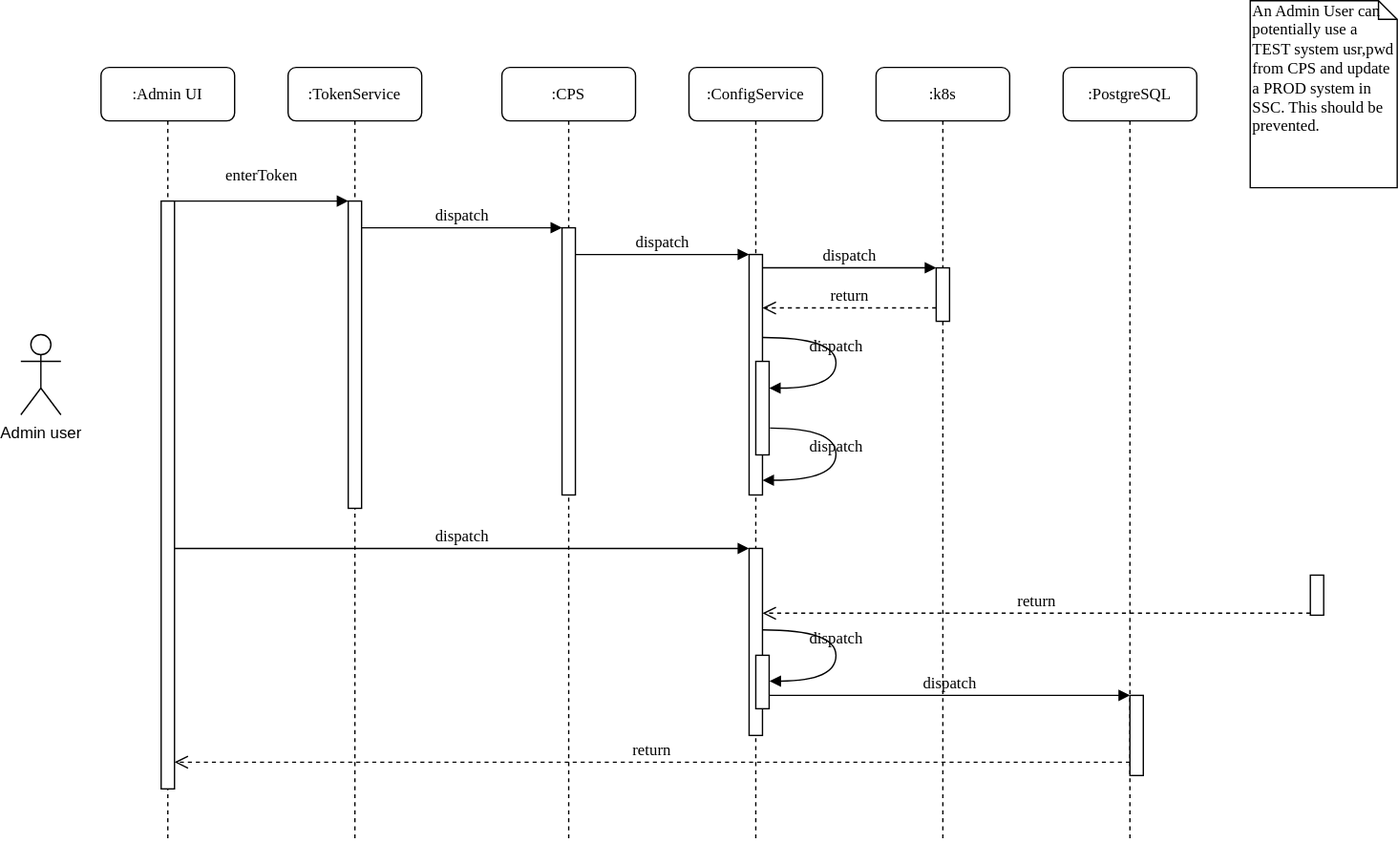
Earlier version of the draw.io export SavePasswordFlow.svg (sundarvc/sequence-diagrams). Source tidied: cells renumbered, new cells last; positions are measured from the earlier drawing's top-left corner, leaving out a move shared by most shapes.
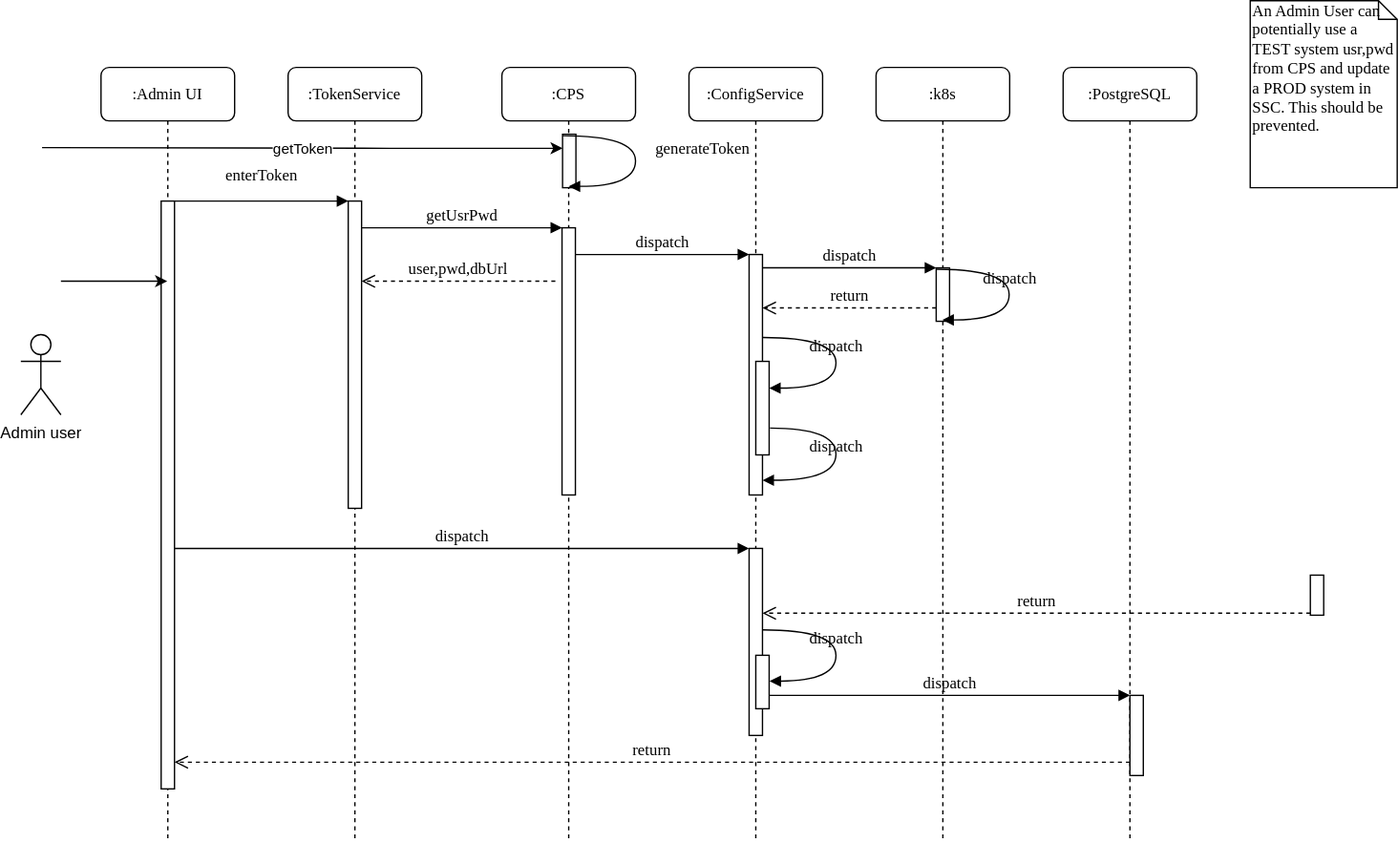
The same file after the commit.

Diff of the diagram source:
```diff
@@ -81,7 +81,7 @@
     <mxCell id="23" value="enterToken" style="html=1;verticalAlign=bottom;endArrow=block;entryX=0;entryY=0;labelBackgroundColor=none;fontFamily=Verdana;fontSize=12;edgeStyle=elbowEdgeStyle;elbow=vertical;" parent="1" edge="1" source="10" target="3">
       <mxGeometry y="10" relative="1" as="geometry" />
     </mxCell>
-    <mxCell id="24" value="dispatch" style="html=1;verticalAlign=bottom;endArrow=block;entryX=0;entryY=0;labelBackgroundColor=none;fontFamily=Verdana;fontSize=12;edgeStyle=elbowEdgeStyle;elbow=vertical;" parent="1" edge="1" source="3" target="5">
+    <mxCell id="24" value="getUsrPwd" style="html=1;verticalAlign=bottom;endArrow=block;entryX=0;entryY=0;labelBackgroundColor=none;fontFamily=Verdana;fontSize=12;edgeStyle=elbowEdgeStyle;elbow=vertical;" parent="1" edge="1" source="3" target="5">
       <mxGeometry relative="1" as="geometry" />
     </mxCell>
     <mxCell id="25" style="html=1;points=[];perimeter=orthogonalPerimeter;rounded=0;shadow=0;comic=0;labelBackgroundColor=none;strokeWidth=1;fontFamily=Verdana;fontSize=12;align=center;" parent="1" vertex="1">
@@ -123,5 +123,54 @@
     <mxCell id="31" value="Admin user" style="shape=umlActor;verticalLabelPosition=bottom;verticalAlign=top;html=1;" parent="1" vertex="1">
       <mxGeometry y="250" width="30" height="60" as="geometry" />
     </mxCell>
+    <mxCell id="32" value="user,pwd,dbUrl" style="html=1;verticalAlign=bottom;endArrow=open;dashed=1;endSize=8;labelBackgroundColor=none;fontFamily=Verdana;fontSize=12;edgeStyle=elbowEdgeStyle;elbow=vertical;entryX=1;entryY=0.257;entryDx=0;entryDy=0;entryPerimeter=0;" parent="1" edge="1" target="3">
+      <mxGeometry relative="1" as="geometry">
+        <mxPoint x="400" y="210" as="sourcePoint" />
+        <Array as="points">
+          <mxPoint x="345" y="210" />
+          <mxPoint x="375" y="210" />
+        </Array>
+      </mxGeometry>
+    </mxCell>
+    <mxCell id="33" value="dispatch" style="html=1;verticalAlign=bottom;endArrow=block;labelBackgroundColor=none;fontFamily=Verdana;fontSize=12;elbow=vertical;edgeStyle=orthogonalEdgeStyle;curved=1;entryX=1;entryY=0.286;entryPerimeter=0;exitX=1.038;exitY=0.345;exitPerimeter=0;" parent="1" edge="1">
+      <mxGeometry relative="1" as="geometry">
+        <mxPoint x="685" y="201" as="sourcePoint" />
+        <mxPoint x="689.6" y="239" as="targetPoint" />
+        <Array as="points">
+          <mxPoint x="739.6" y="200.9" />
+          <mxPoint x="739.6" y="238.9" />
+        </Array>
+      </mxGeometry>
+    </mxCell>
+    <mxCell id="34" style="html=1;perimeter=orthogonalPerimeter;rounded=0;shadow=0;comic=0;labelBackgroundColor=none;strokeWidth=1;fontFamily=Verdana;fontSize=12;align=center;" parent="1" vertex="1">
+      <mxGeometry x="405.4" y="100" width="10" height="40" as="geometry" />
+    </mxCell>
+    <mxCell id="35" value="generateToken&lt;br&gt;" style="html=1;verticalAlign=bottom;endArrow=block;labelBackgroundColor=none;fontFamily=Verdana;fontSize=12;elbow=vertical;edgeStyle=orthogonalEdgeStyle;curved=1;entryX=1;entryY=0.286;entryPerimeter=0;exitX=1.038;exitY=0.345;exitPerimeter=0;" parent="1" edge="1">
+      <mxGeometry x="0.03" y="50" relative="1" as="geometry">
+        <mxPoint x="405.4" y="101" as="sourcePoint" />
+        <mxPoint x="410" y="139" as="targetPoint" />
+        <Array as="points">
+          <mxPoint x="460" y="100.9" />
+          <mxPoint x="460" y="138.9" />
+        </Array>
+      </mxGeometry>
+    </mxCell>
+    <mxCell id="36" value="Label" style="endArrow=classic;html=1;" parent="1" edge="1">
+      <mxGeometry relative="1" as="geometry">
+        <mxPoint x="15.9" y="110" as="sourcePoint" />
+        <mxPoint x="405.4" y="110.5" as="targetPoint" />
+        <Array as="points">
+          <mxPoint x="265.9" y="110.5" />
+        </Array>
+      </mxGeometry>
+    </mxCell>
+    <mxCell id="37" value="getToken" style="edgeLabel;html=1;align=center;verticalAlign=middle;" parent="36" vertex="1">
+      <mxGeometry relative="1" as="geometry" />
+    </mxCell>
+    <mxCell id="38" style="endArrow=classic;html=1;" parent="1" edge="1" target="9">
+      <mxGeometry relative="1" as="geometry">
+        <mxPoint x="30" y="210" as="sourcePoint" />
+      </mxGeometry>
+    </mxCell>
   </root>
 </mxGraphModel>
```
